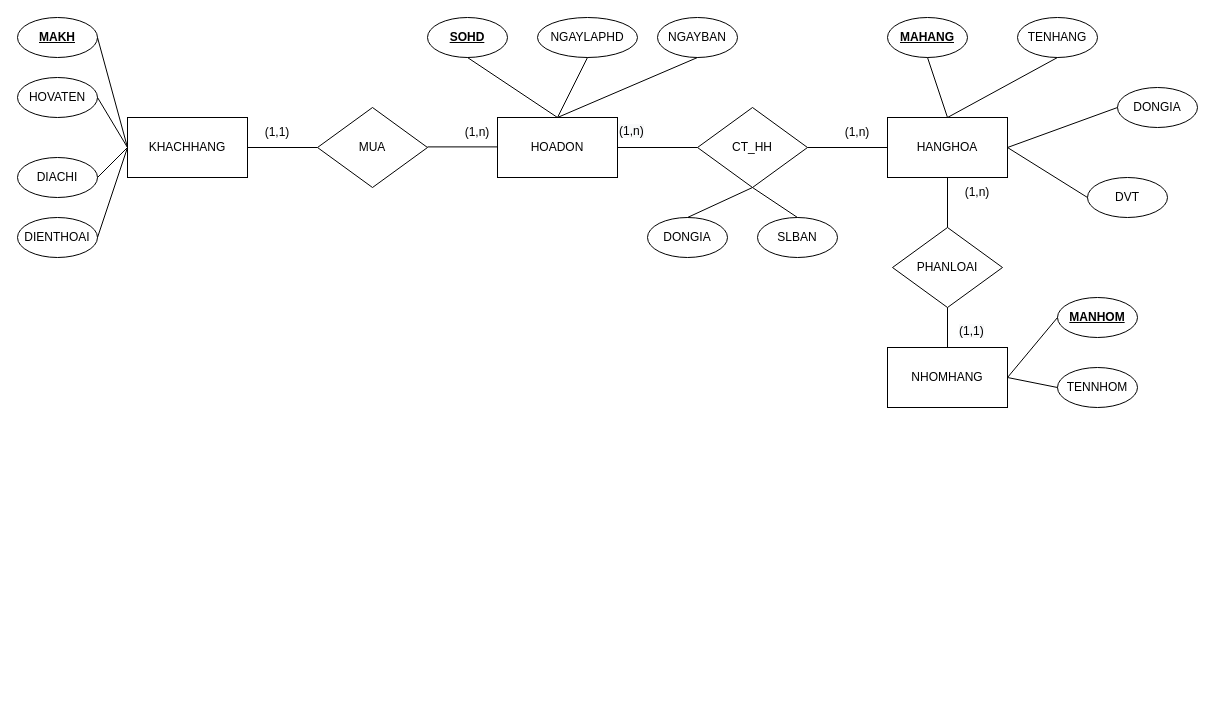
Earlier version of the draw.io diagram page "BANHANG" (2 of 4) of THUVIEN.drawio (yensubldg/Database). Source tidied: cells renumbered, new cells numbered last; positions are measured from the earlier drawing's top-left corner, leaving out a move shared by most shapes. Both pictures are drawn from the tidied source at 100%, with x=0, y=0 at pixel (17, 17).
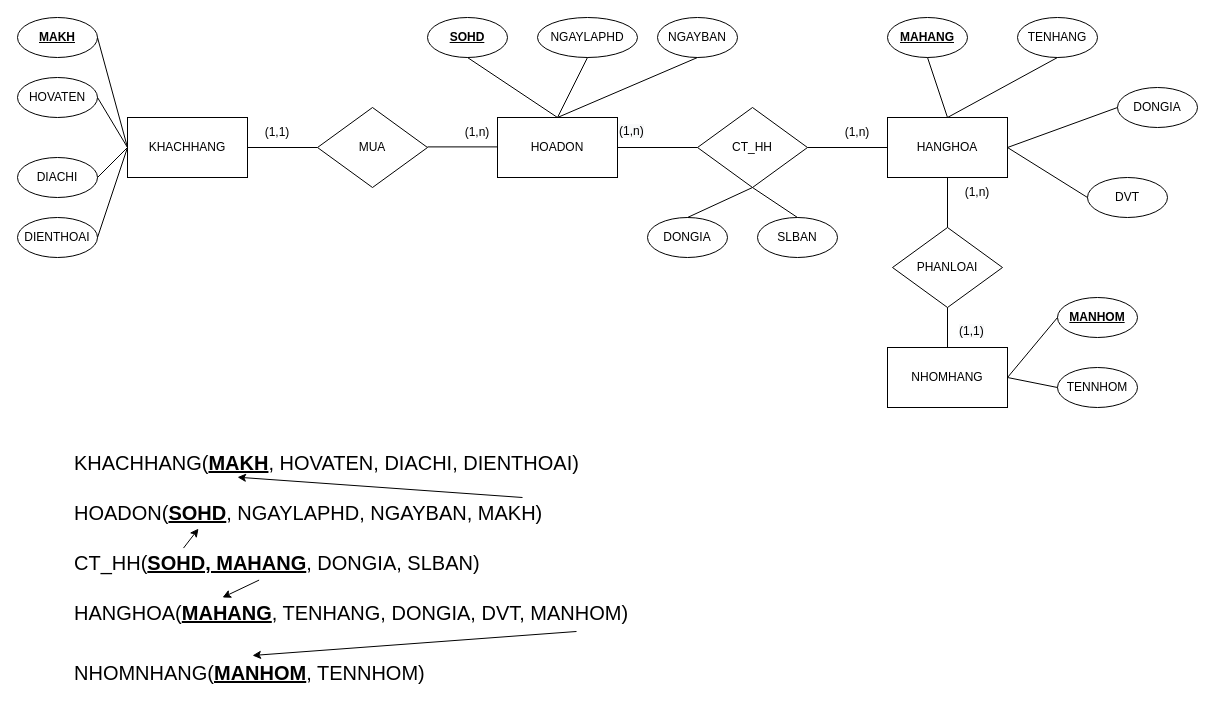
The same page after the edit.

The edit, as a diff of the source:
```diff
@@
+    <mxCell id="52" value="KHACHHANG(&lt;u&gt;&lt;b&gt;MAKH&lt;/b&gt;&lt;/u&gt;, HOVATEN, DIACHI, DIENTHOAI)" style="text;html=1;strokeColor=none;fillColor=none;align=left;verticalAlign=middle;whiteSpace=wrap;rounded=0;fontSize=20;" parent="1" vertex="1">
+      <mxGeometry x="55" y="430" width="600" height="30" as="geometry" />
+    </mxCell>
+    <mxCell id="53" value="HOADON(&lt;u&gt;&lt;b&gt;SOHD&lt;/b&gt;&lt;/u&gt;, NGAYLAPHD, NGAYBAN, MAKH)" style="text;html=1;strokeColor=none;fillColor=none;align=left;verticalAlign=middle;whiteSpace=wrap;rounded=0;fontSize=20;" parent="1" vertex="1">
+      <mxGeometry x="55" y="480" width="600" height="30" as="geometry" />
+    </mxCell>
+    <mxCell id="54" value="CT_HH(&lt;u&gt;&lt;b&gt;SOHD, MAHANG&lt;/b&gt;&lt;/u&gt;, DONGIA, SLBAN)" style="text;html=1;strokeColor=none;fillColor=none;align=left;verticalAlign=middle;whiteSpace=wrap;rounded=0;fontSize=20;" parent="1" vertex="1">
+      <mxGeometry x="55" y="530" width="600" height="30" as="geometry" />
+    </mxCell>
+    <mxCell id="55" value="HANGHOA(&lt;u&gt;&lt;b&gt;MAHANG&lt;/b&gt;&lt;/u&gt;, TENHANG, DONGIA, DVT, MANHOM)" style="text;html=1;strokeColor=none;fillColor=none;align=left;verticalAlign=middle;whiteSpace=wrap;rounded=0;fontSize=20;" parent="1" vertex="1">
+      <mxGeometry x="55" y="580" width="600" height="30" as="geometry" />
+    </mxCell>
+    <mxCell id="56" value="NHOMNHANG(&lt;u&gt;&lt;b&gt;MANHOM&lt;/b&gt;&lt;/u&gt;, TENNHOM)" style="text;html=1;strokeColor=none;fillColor=none;align=left;verticalAlign=middle;whiteSpace=wrap;rounded=0;fontSize=20;" parent="1" vertex="1">
+      <mxGeometry x="55" y="640" width="600" height="30" as="geometry" />
+    </mxCell>
+    <mxCell id="57" style="endArrow=classic;html=1;rounded=0;fontSize=20;exitX=0.75;exitY=0;exitDx=0;exitDy=0;entryX=0.275;entryY=0.99;entryDx=0;entryDy=0;entryPerimeter=0;" parent="1" edge="1" source="53" target="52">
+      <mxGeometry relative="1" as="geometry" />
+    </mxCell>
+    <mxCell id="58" style="endArrow=classic;html=1;rounded=0;fontSize=20;exitX=0.185;exitY=0.019;exitDx=0;exitDy=0;entryX=0.21;entryY=1.038;entryDx=0;entryDy=0;entryPerimeter=0;exitPerimeter=0;" parent="1" edge="1" source="54" target="53">
+      <mxGeometry relative="1" as="geometry" />
+    </mxCell>
+    <mxCell id="59" style="endArrow=classic;html=1;rounded=0;fontSize=20;exitX=0.311;exitY=1.086;exitDx=0;exitDy=0;entryX=0.25;entryY=0;entryDx=0;entryDy=0;exitPerimeter=0;" parent="1" edge="1" source="54" target="55">
+      <mxGeometry relative="1" as="geometry" />
+    </mxCell>
+    <mxCell id="60" style="endArrow=classic;html=1;rounded=0;fontSize=20;exitX=0.84;exitY=1.133;exitDx=0;exitDy=0;entryX=0.3;entryY=-0.067;entryDx=0;entryDy=0;entryPerimeter=0;exitPerimeter=0;" parent="1" edge="1" source="55" target="56">
+      <mxGeometry relative="1" as="geometry" />
+    </mxCell>
```
